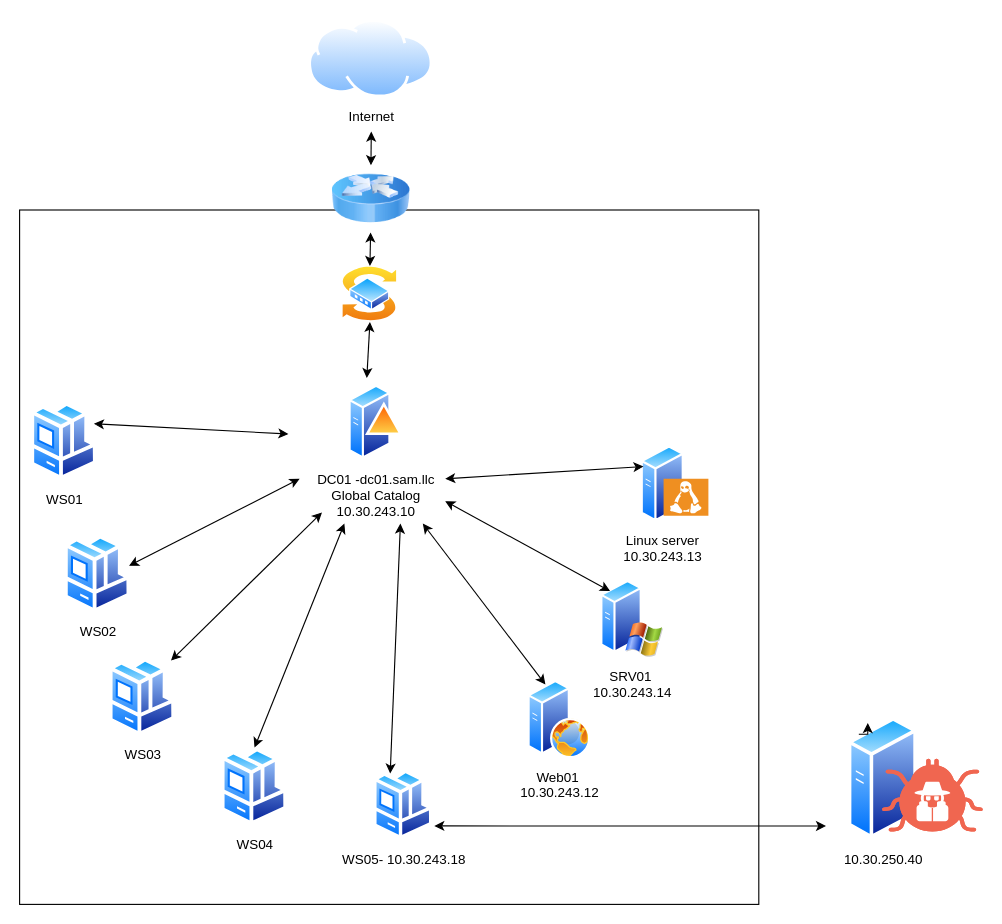
hgh7527/Network-Discovery-and-Topology-Mapping keeps this draw.io diagram as Untitled Diagram.drawio. Above is the earlier version. Source tidied: cells renumbered, new cells numbered last; positions are measured from the earlier drawing's top-left corner, leaving out a move shared by most shapes. Both pictures are drawn from the tidied source at 112%, with x=0, y=0 at pixel (19, 19).
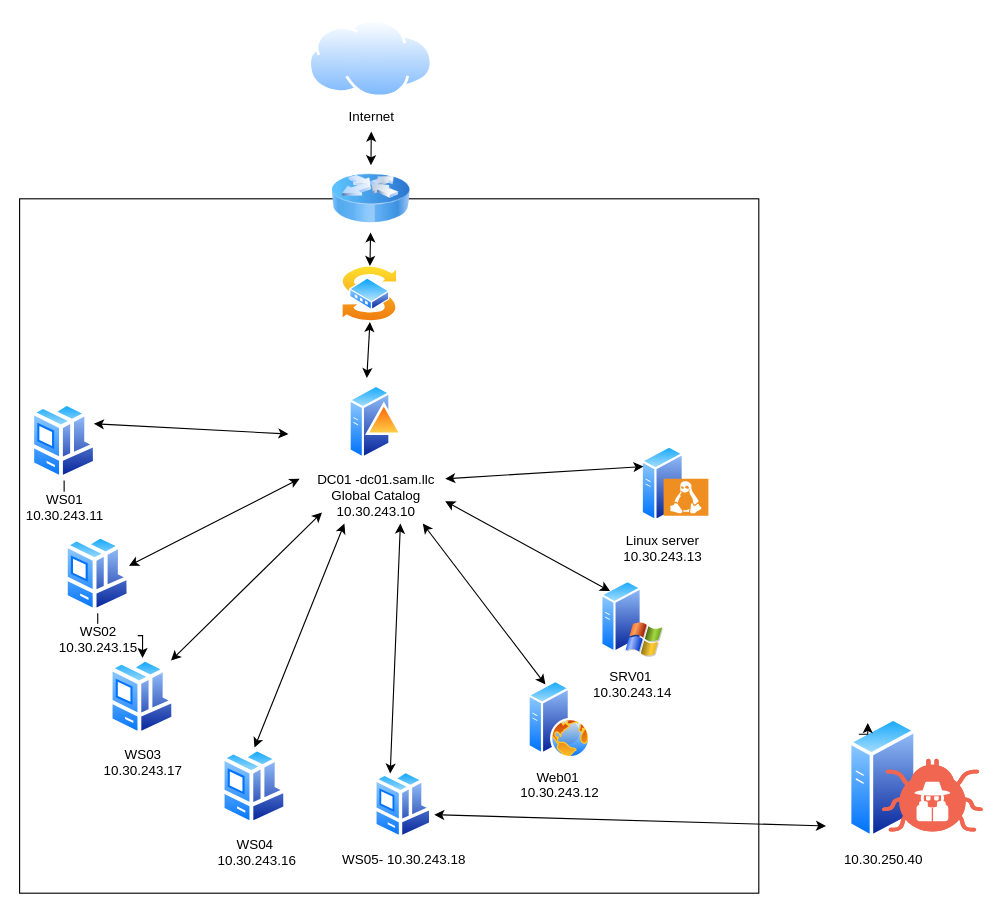
The same diagram, later.

The edit, as a diff of the source:
```diff
@@
+    <mxCell id="31" style="edgeStyle=orthogonalEdgeStyle;rounded=0;jettySize=auto;html=1;" parent="1" edge="1" source="3" target="6">
+      <mxGeometry relative="1" as="geometry" />
+    </mxCell>
-    <mxCell id="3" value="&lt;div&gt;WS01&lt;/div&gt;&lt;div&gt;&lt;br&gt;&lt;/div&gt;" style="image;perimeter=ellipsePerimeter;html=1;align=center;shadow=0;dashed=0;spacingTop=3;image=img/lib/active_directory/workstation_client.svg;" parent="1" vertex="1">
+    <mxCell id="3" value="&lt;div&gt;WS01&lt;/div&gt;&lt;div&gt;10.30.243.11&lt;/div&gt;&lt;div&gt;&lt;br&gt;&lt;/div&gt;" style="image;perimeter=ellipsePerimeter;html=1;align=center;shadow=0;dashed=0;spacingTop=3;image=img/lib/active_directory/workstation_client.svg;" parent="1" vertex="1">
       <mxGeometry x="10" y="341.5" width="59.5" height="70" as="geometry" />
     </mxCell>
-    <mxCell id="4" value="WS04" style="image;perimeter=ellipsePerimeter;html=1;align=center;shadow=0;dashed=0;spacingTop=3;image=img/lib/active_directory/workstation_client.svg;" parent="1" vertex="1">
+    <mxCell id="4" value="WS04&lt;div&gt;&amp;nbsp;10.30.243.16&lt;/div&gt;" style="image;perimeter=ellipsePerimeter;html=1;align=center;shadow=0;dashed=0;spacingTop=3;image=img/lib/active_directory/workstation_client.svg;" parent="1" vertex="1">
       <mxGeometry x="180" y="650" width="59.5" height="70" as="geometry" />
     </mxCell>
-    <mxCell id="5" value="WS03" style="image;perimeter=ellipsePerimeter;html=1;align=center;shadow=0;dashed=0;spacingTop=3;image=img/lib/active_directory/workstation_client.svg;" parent="1" vertex="1">
+    <mxCell id="5" value="WS03&lt;div&gt;10.30.243.17&lt;/div&gt;" style="image;perimeter=ellipsePerimeter;html=1;align=center;shadow=0;dashed=0;spacingTop=3;image=img/lib/active_directory/workstation_client.svg;" parent="1" vertex="1">
       <mxGeometry x="80" y="570" width="59.5" height="70" as="geometry" />
     </mxCell>
+    <mxCell id="32" style="edgeStyle=orthogonalEdgeStyle;rounded=0;jettySize=auto;html=1;" parent="1" edge="1" source="6" target="5">
+      <mxGeometry relative="1" as="geometry" />
+    </mxCell>
-    <mxCell id="6" value="WS02" style="image;perimeter=ellipsePerimeter;html=1;align=center;shadow=0;dashed=0;spacingTop=3;image=img/lib/active_directory/workstation_client.svg;" parent="1" vertex="1">
+    <mxCell id="6" value="WS02&lt;div&gt;10.30.243.15&lt;/div&gt;" style="image;perimeter=ellipsePerimeter;html=1;align=center;shadow=0;dashed=0;spacingTop=3;image=img/lib/active_directory/workstation_client.svg;" parent="1" vertex="1">
       <mxGeometry x="40" y="460" width="59.5" height="70" as="geometry" />
     </mxCell>
@@
     <mxCell id="25" style="rounded=0;whiteSpace=wrap;html=1;fillColor=none;" parent="1" vertex="1">
-      <mxGeometry y="170" width="660" height="620" as="geometry" />
+      <mxGeometry y="160" width="660" height="620" as="geometry" />
     </mxCell>
```
